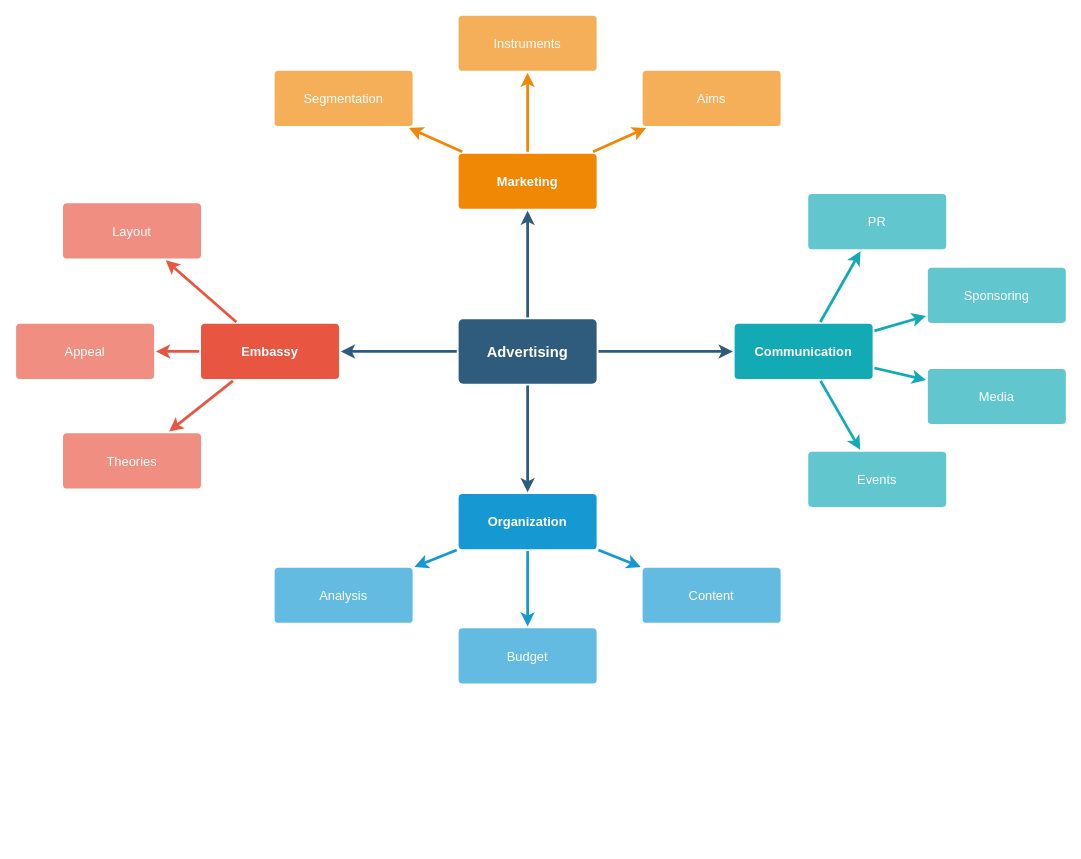
The draw.io diagram Untitled Diagram.drawio in OtterV/Whiteboard, before the edit. Source tidied: cells renumbered, new cells numbered last; positions are measured from the earlier drawing's top-left corner, leaving out a move shared by most shapes. Both pictures are drawn from the tidied source at 92%, with x=0, y=0 at pixel (16, 15).
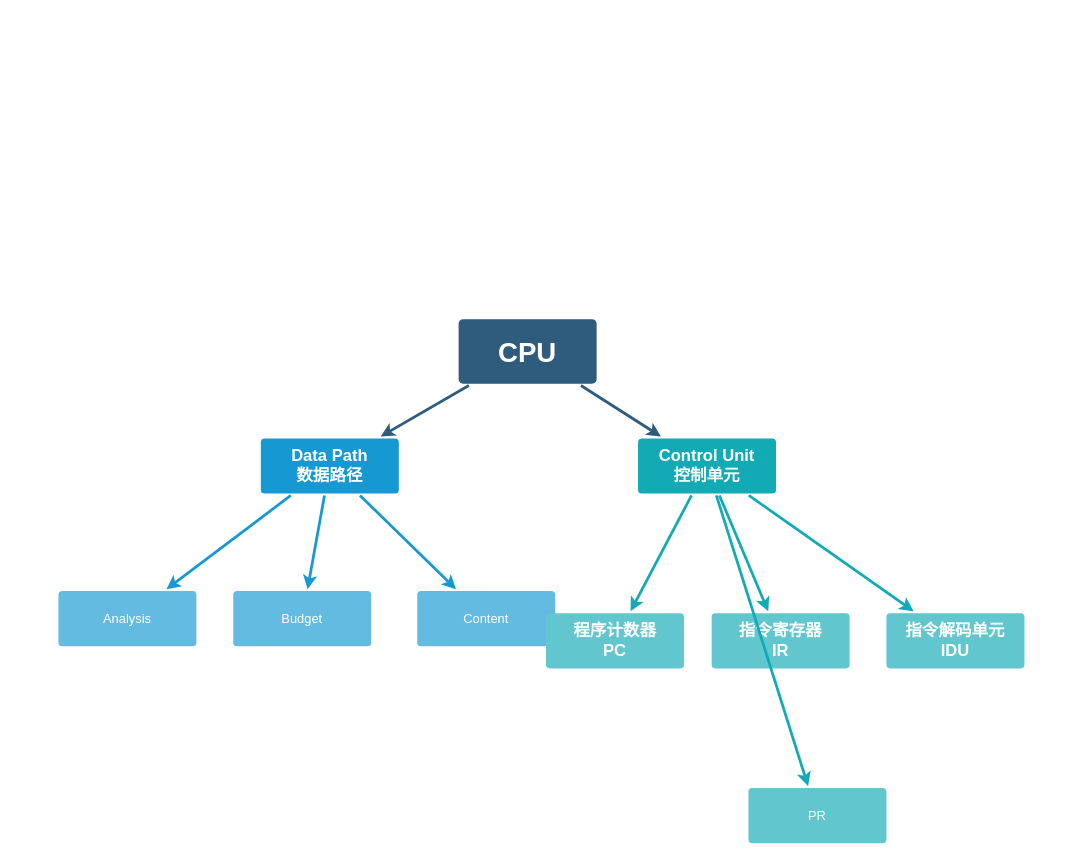
Above is the later version.

Change to the diagram source:
```diff
@@
-    <mxCell id="2" style="edgeStyle=none;rounded=0;jumpStyle=none;html=1;shadow=0;labelBackgroundColor=none;startArrow=none;startFill=0;endArrow=classic;endFill=1;jettySize=auto;strokeColor=#2F5B7C;strokeWidth=3;fontFamily=Helvetica;fontSize=16;fontColor=#23445D;spacing=5;" parent="1" edge="1" source="6" target="21">
-      <mxGeometry relative="1" as="geometry" />
-    </mxCell>
@@
-    <mxCell id="5" style="edgeStyle=none;rounded=0;jumpStyle=none;html=1;shadow=0;labelBackgroundColor=none;startArrow=none;startFill=0;endArrow=classic;endFill=1;jettySize=auto;strokeColor=#2F5B7C;strokeWidth=3;fontFamily=Helvetica;fontSize=16;fontColor=#23445D;spacing=5;" parent="1" edge="1" source="6" target="10">
-      <mxGeometry relative="1" as="geometry" />
-    </mxCell>
-    <mxCell id="6" value="Advertising" style="rounded=1;whiteSpace=wrap;html=1;shadow=0;labelBackgroundColor=none;strokeColor=none;strokeWidth=3;fillColor=#2F5B7C;fontFamily=Helvetica;fontSize=16;fontColor=#FFFFFF;align=center;fontStyle=1;spacing=5;arcSize=7;perimeterSpacing=2;" parent="1" vertex="1">
+    <mxCell id="6" value="&lt;font style=&quot;font-size: 30px&quot;&gt;CPU&lt;/font&gt;" style="rounded=1;whiteSpace=wrap;html=1;shadow=0;labelBackgroundColor=none;strokeColor=none;strokeWidth=3;fillColor=#2F5B7C;fontFamily=Helvetica;fontSize=16;fontColor=#FFFFFF;align=center;fontStyle=1;spacing=5;arcSize=7;perimeterSpacing=2;" parent="1" vertex="1">
       <mxGeometry x="481" y="330.5" width="150" height="70" as="geometry" />
     </mxCell>
-    <mxCell id="7" style="edgeStyle=none;rounded=1;jumpStyle=none;html=1;shadow=0;labelBackgroundColor=none;startArrow=none;startFill=0;jettySize=auto;strokeColor=#E85642;strokeWidth=3;fontFamily=Helvetica;fontSize=14;fontColor=#FFFFFF;spacing=5;fontStyle=1;fillColor=#b0e3e6;" parent="1" edge="1" source="10" target="13">
-      <mxGeometry relative="1" as="geometry" />
-    </mxCell>
-    <mxCell id="8" style="edgeStyle=none;rounded=1;jumpStyle=none;html=1;shadow=0;labelBackgroundColor=none;startArrow=none;startFill=0;jettySize=auto;strokeColor=#E85642;strokeWidth=3;fontFamily=Helvetica;fontSize=14;fontColor=#FFFFFF;spacing=5;fontStyle=1;fillColor=#b0e3e6;" parent="1" edge="1" source="10" target="12">
-      <mxGeometry relative="1" as="geometry" />
-    </mxCell>
-    <mxCell id="9" style="edgeStyle=none;rounded=1;jumpStyle=none;html=1;shadow=0;labelBackgroundColor=none;startArrow=none;startFill=0;jettySize=auto;strokeColor=#E85642;strokeWidth=3;fontFamily=Helvetica;fontSize=14;fontColor=#FFFFFF;spacing=5;fontStyle=1;fillColor=#b0e3e6;" parent="1" edge="1" source="10" target="11">
-      <mxGeometry relative="1" as="geometry" />
-    </mxCell>
-    <mxCell id="10" value="Embassy" style="rounded=1;whiteSpace=wrap;html=1;shadow=0;labelBackgroundColor=none;strokeColor=none;strokeWidth=3;fillColor=#e85642;fontFamily=Helvetica;fontSize=14;fontColor=#FFFFFF;align=center;spacing=5;fontStyle=1;arcSize=7;perimeterSpacing=2;" parent="1" vertex="1">
-      <mxGeometry x="201" y="335.5" width="150" height="60" as="geometry" />
-    </mxCell>
-    <mxCell id="11" value="Theories" style="rounded=1;whiteSpace=wrap;html=1;shadow=0;labelBackgroundColor=none;strokeColor=none;strokeWidth=3;fillColor=#f08e81;fontFamily=Helvetica;fontSize=14;fontColor=#FFFFFF;align=center;spacing=5;fontStyle=0;arcSize=7;perimeterSpacing=2;" parent="1" vertex="1">
-      <mxGeometry x="51" y="454.5" width="150" height="60" as="geometry" />
-    </mxCell>
-    <mxCell id="12" value="Appeal" style="rounded=1;whiteSpace=wrap;html=1;shadow=0;labelBackgroundColor=none;strokeColor=none;strokeWidth=3;fillColor=#f08e81;fontFamily=Helvetica;fontSize=14;fontColor=#FFFFFF;align=center;spacing=5;fontStyle=0;arcSize=7;perimeterSpacing=2;" parent="1" vertex="1">
-      <mxGeometry y="335.5" width="150" height="60" as="geometry" />
-    </mxCell>
-    <mxCell id="13" value="Layout" style="rounded=1;whiteSpace=wrap;html=1;shadow=0;labelBackgroundColor=none;strokeColor=none;strokeWidth=3;fillColor=#f08e81;fontFamily=Helvetica;fontSize=14;fontColor=#FFFFFF;align=center;spacing=5;fontStyle=0;arcSize=7;perimeterSpacing=2;" parent="1" vertex="1">
-      <mxGeometry x="51" y="204.5" width="150" height="60" as="geometry" />
-    </mxCell>
@@
-    <mxCell id="17" value="Organization" style="rounded=1;whiteSpace=wrap;html=1;shadow=0;labelBackgroundColor=none;strokeColor=none;strokeWidth=3;fillColor=#1699d3;fontFamily=Helvetica;fontSize=14;fontColor=#FFFFFF;align=center;spacing=5;fontStyle=1;arcSize=7;perimeterSpacing=2;" parent="1" vertex="1">
-      <mxGeometry x="481" y="520.5" width="150" height="60" as="geometry" />
+    <mxCell id="17" value="&lt;font style=&quot;font-size: 18px&quot;&gt;Data Path&lt;br&gt;数据路径&lt;/font&gt;" style="rounded=1;whiteSpace=wrap;html=1;shadow=0;labelBackgroundColor=none;strokeColor=none;strokeWidth=3;fillColor=#1699d3;fontFamily=Helvetica;fontSize=14;fontColor=#FFFFFF;align=center;spacing=5;fontStyle=1;arcSize=7;perimeterSpacing=2;" parent="1" vertex="1">
+      <mxGeometry x="266" y="460" width="150" height="60" as="geometry" />
     </mxCell>
     <mxCell id="18" value="Content" style="rounded=1;whiteSpace=wrap;html=1;shadow=0;labelBackgroundColor=none;strokeColor=none;strokeWidth=3;fillColor=#64bbe2;fontFamily=Helvetica;fontSize=14;fontColor=#FFFFFF;align=center;spacing=5;arcSize=7;perimeterSpacing=2;" parent="1" vertex="1">
-      <mxGeometry x="681" y="600.5" width="150" height="60" as="geometry" />
+      <mxGeometry x="436" y="626" width="150" height="60" as="geometry" />
     </mxCell>
     <mxCell id="19" value="Budget" style="rounded=1;whiteSpace=wrap;html=1;shadow=0;labelBackgroundColor=none;strokeColor=none;strokeWidth=3;fillColor=#64bbe2;fontFamily=Helvetica;fontSize=14;fontColor=#FFFFFF;align=center;spacing=5;arcSize=7;perimeterSpacing=2;" parent="1" vertex="1">
-      <mxGeometry x="481" y="666.5" width="150" height="60" as="geometry" />
+      <mxGeometry x="236" y="626" width="150" height="60" as="geometry" />
     </mxCell>
     <mxCell id="20" value="Analysis" style="rounded=1;whiteSpace=wrap;html=1;shadow=0;labelBackgroundColor=none;strokeColor=none;strokeWidth=3;fillColor=#64bbe2;fontFamily=Helvetica;fontSize=14;fontColor=#FFFFFF;align=center;spacing=5;arcSize=7;perimeterSpacing=2;" parent="1" vertex="1">
-      <mxGeometry x="281" y="600.5" width="150" height="60" as="geometry" />
+      <mxGeometry x="46" y="626" width="150" height="60" as="geometry" />
     </mxCell>
-    <mxCell id="21" value="Marketing" style="rounded=1;whiteSpace=wrap;html=1;shadow=0;labelBackgroundColor=none;strokeColor=none;strokeWidth=3;fillColor=#F08705;fontFamily=Helvetica;fontSize=14;fontColor=#FFFFFF;align=center;spacing=5;fontStyle=1;arcSize=7;perimeterSpacing=2;" parent="1" vertex="1">
-      <mxGeometry x="481" y="150.5" width="150" height="60" as="geometry" />
-    </mxCell>
-    <mxCell id="22" value="Aims&lt;br&gt;" style="rounded=1;whiteSpace=wrap;html=1;shadow=0;labelBackgroundColor=none;strokeColor=none;strokeWidth=3;fillColor=#f5af58;fontFamily=Helvetica;fontSize=14;fontColor=#FFFFFF;align=center;spacing=5;arcSize=7;perimeterSpacing=2;" parent="1" vertex="1">
-      <mxGeometry x="681" y="60.5" width="150" height="60" as="geometry" />
-    </mxCell>
-    <mxCell id="23" style="edgeStyle=none;rounded=0;jumpStyle=none;html=1;shadow=0;labelBackgroundColor=none;startArrow=none;startFill=0;endArrow=classic;endFill=1;jettySize=auto;strokeColor=#F08705;strokeWidth=3;fontFamily=Helvetica;fontSize=14;fontColor=#FFFFFF;spacing=5;" parent="1" edge="1" source="21" target="22">
-      <mxGeometry relative="1" as="geometry" />
-    </mxCell>
-    <mxCell id="24" value="Instruments" style="rounded=1;whiteSpace=wrap;html=1;shadow=0;labelBackgroundColor=none;strokeColor=none;strokeWidth=3;fillColor=#f5af58;fontFamily=Helvetica;fontSize=14;fontColor=#FFFFFF;align=center;spacing=5;arcSize=7;perimeterSpacing=2;" parent="1" vertex="1">
-      <mxGeometry x="481" y="0.5" width="150" height="60" as="geometry" />
-    </mxCell>
-    <mxCell id="25" style="edgeStyle=none;rounded=0;jumpStyle=none;html=1;shadow=0;labelBackgroundColor=none;startArrow=none;startFill=0;endArrow=classic;endFill=1;jettySize=auto;strokeColor=#F08705;strokeWidth=3;fontFamily=Helvetica;fontSize=14;fontColor=#FFFFFF;spacing=5;" parent="1" edge="1" source="21" target="24">
-      <mxGeometry relative="1" as="geometry" />
-    </mxCell>
-    <mxCell id="26" value="Segmentation" style="rounded=1;whiteSpace=wrap;html=1;shadow=0;labelBackgroundColor=none;strokeColor=none;strokeWidth=3;fillColor=#f5af58;fontFamily=Helvetica;fontSize=14;fontColor=#FFFFFF;align=center;spacing=5;arcSize=7;perimeterSpacing=2;" parent="1" vertex="1">
-      <mxGeometry x="281" y="60.5" width="150" height="60" as="geometry" />
-    </mxCell>
-    <mxCell id="27" style="edgeStyle=none;rounded=0;jumpStyle=none;html=1;shadow=0;labelBackgroundColor=none;startArrow=none;startFill=0;endArrow=classic;endFill=1;jettySize=auto;strokeColor=#F08705;strokeWidth=3;fontFamily=Helvetica;fontSize=14;fontColor=#FFFFFF;spacing=5;" parent="1" edge="1" source="21" target="26">
-      <mxGeometry relative="1" as="geometry" />
-    </mxCell>
-    <mxCell id="28" value="Communication" style="rounded=1;whiteSpace=wrap;html=1;shadow=0;labelBackgroundColor=none;strokeColor=none;strokeWidth=3;fillColor=#12aab5;fontFamily=Helvetica;fontSize=14;fontColor=#FFFFFF;align=center;spacing=5;fontStyle=1;arcSize=7;perimeterSpacing=2;" parent="1" vertex="1">
-      <mxGeometry x="781" y="335.5" width="150" height="60" as="geometry" />
+    <mxCell id="28" value="&lt;font style=&quot;font-size: 18px&quot;&gt;Control Unit&lt;br&gt;控制单元&lt;/font&gt;" style="rounded=1;whiteSpace=wrap;html=1;shadow=0;labelBackgroundColor=none;strokeColor=none;strokeWidth=3;fillColor=#12aab5;fontFamily=Helvetica;fontSize=14;fontColor=#FFFFFF;align=center;spacing=5;fontStyle=1;arcSize=7;perimeterSpacing=2;" parent="1" vertex="1">
+      <mxGeometry x="676" y="460" width="150" height="60" as="geometry" />
     </mxCell>
-    <mxCell id="29" value="Events" style="rounded=1;whiteSpace=wrap;html=1;shadow=0;labelBackgroundColor=none;strokeColor=none;strokeWidth=3;fillColor=#61c6ce;fontFamily=Helvetica;fontSize=14;fontColor=#FFFFFF;align=center;spacing=5;fontStyle=0;arcSize=7;perimeterSpacing=2;" parent="1" vertex="1">
-      <mxGeometry x="861" y="474.5" width="150" height="60" as="geometry" />
+    <mxCell id="29" value="&lt;font style=&quot;font-size: 18px&quot;&gt;&lt;b&gt;程序计数器&lt;br&gt;PC&lt;/b&gt;&lt;/font&gt;" style="rounded=1;whiteSpace=wrap;html=1;shadow=0;labelBackgroundColor=none;strokeColor=none;strokeWidth=3;fillColor=#61c6ce;fontFamily=Helvetica;fontSize=14;fontColor=#FFFFFF;align=center;spacing=5;fontStyle=0;arcSize=7;perimeterSpacing=2;" parent="1" vertex="1">
+      <mxGeometry x="576" y="650" width="150" height="60" as="geometry" />
     </mxCell>
@@
-    <mxCell id="31" value="Media" style="rounded=1;whiteSpace=wrap;html=1;shadow=0;labelBackgroundColor=none;strokeColor=none;strokeWidth=3;fillColor=#61c6ce;fontFamily=Helvetica;fontSize=14;fontColor=#FFFFFF;align=center;spacing=5;fontStyle=0;arcSize=7;perimeterSpacing=2;" parent="1" vertex="1">
-      <mxGeometry x="991" y="384.5" width="150" height="60" as="geometry" />
+    <mxCell id="31" value="&lt;b&gt;&lt;font style=&quot;font-size: 18px&quot;&gt;指令寄存器&lt;br&gt;IR&lt;/font&gt;&lt;/b&gt;" style="rounded=1;whiteSpace=wrap;html=1;shadow=0;labelBackgroundColor=none;strokeColor=none;strokeWidth=3;fillColor=#61c6ce;fontFamily=Helvetica;fontSize=14;fontColor=#FFFFFF;align=center;spacing=5;fontStyle=0;arcSize=7;perimeterSpacing=2;" parent="1" vertex="1">
+      <mxGeometry x="756" y="650" width="150" height="60" as="geometry" />
     </mxCell>
@@
-    <mxCell id="33" value="Sponsoring" style="rounded=1;whiteSpace=wrap;html=1;shadow=0;labelBackgroundColor=none;strokeColor=none;strokeWidth=3;fillColor=#61c6ce;fontFamily=Helvetica;fontSize=14;fontColor=#FFFFFF;align=center;spacing=5;fontStyle=0;arcSize=7;perimeterSpacing=2;" parent="1" vertex="1">
-      <mxGeometry x="991" y="274.5" width="150" height="60" as="geometry" />
+    <mxCell id="33" value="&lt;font style=&quot;font-size: 18px&quot;&gt;&lt;b&gt;指令解码单元&lt;br&gt;IDU&lt;/b&gt;&lt;/font&gt;" style="rounded=1;whiteSpace=wrap;html=1;shadow=0;labelBackgroundColor=none;strokeColor=none;strokeWidth=3;fillColor=#61c6ce;fontFamily=Helvetica;fontSize=14;fontColor=#FFFFFF;align=center;spacing=5;fontStyle=0;arcSize=7;perimeterSpacing=2;" parent="1" vertex="1">
+      <mxGeometry x="946" y="650" width="150" height="60" as="geometry" />
     </mxCell>
@@
     <mxCell id="35" value="PR" style="rounded=1;whiteSpace=wrap;html=1;shadow=0;labelBackgroundColor=none;strokeColor=none;strokeWidth=3;fillColor=#61c6ce;fontFamily=Helvetica;fontSize=14;fontColor=#FFFFFF;align=center;spacing=5;fontStyle=0;arcSize=7;perimeterSpacing=2;" parent="1" vertex="1">
-      <mxGeometry x="861" y="194.5" width="150" height="60" as="geometry" />
+      <mxGeometry x="796" y="840" width="150" height="60" as="geometry" />
     </mxCell>
```
